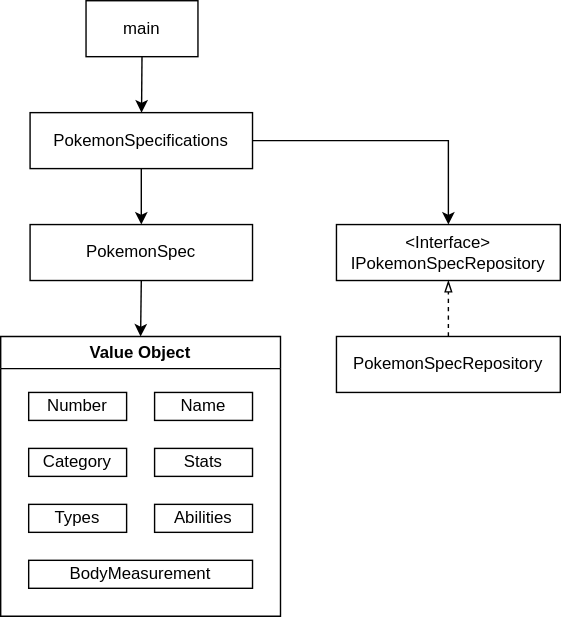
Above: image/class.svg in yr260625/pokemon-scraping (draw.io), before the change. Source tidied: cells renumbered, new cells last; positions are measured from the earlier drawing's top-left corner, leaving out a move shared by most shapes.
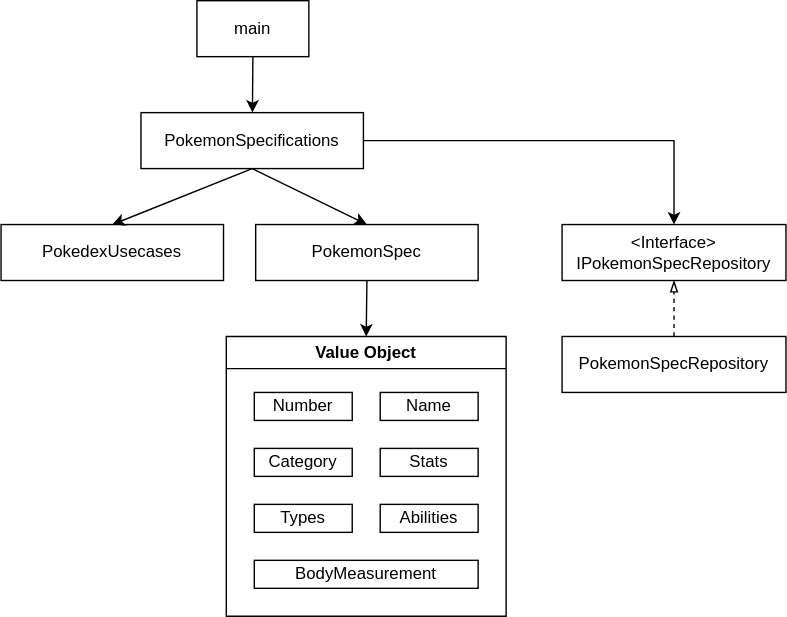
The same diagram one commit later.

Diff of the diagram source:
```diff
@@ -6,7 +6,7 @@
       <mxGeometry relative="1" as="geometry" />
     </mxCell>
     <mxCell id="3" value="main" style="rounded=0;whiteSpace=wrap;html=1;" parent="1" vertex="1">
-      <mxGeometry x="61" width="80" height="40" as="geometry" />
+      <mxGeometry x="-21" width="80" height="40" as="geometry" />
     </mxCell>
     <mxCell id="4" value="&amp;lt;Interface&amp;gt;&lt;br&gt;IPokemonSpecRepository" style="rounded=0;whiteSpace=wrap;html=1;" parent="1" vertex="1">
       <mxGeometry x="240" y="160" width="160" height="40" as="geometry" />
@@ -22,7 +22,7 @@
       </mxGeometry>
     </mxCell>
     <mxCell id="7" value="PokemonSpecifications" style="rounded=0;whiteSpace=wrap;html=1;" parent="1" vertex="1">
-      <mxGeometry x="21" y="80" width="159" height="40" as="geometry" />
+      <mxGeometry x="-61" y="80" width="159" height="40" as="geometry" />
     </mxCell>
     <mxCell id="8" style="edgeStyle=none;rounded=0;html=1;exitX=0.5;exitY=1;exitDx=0;exitDy=0;entryX=0.5;entryY=0;entryDx=0;entryDy=0;endArrow=classic;endFill=1;" parent="1" edge="1" source="9" target="12">
       <mxGeometry relative="1" as="geometry" />
@@ -60,5 +60,11 @@
     <mxCell id="19" value="Abilities" style="rounded=0;whiteSpace=wrap;html=1;" parent="12" vertex="1">
       <mxGeometry x="110" y="120" width="70" height="20" as="geometry" />
     </mxCell>
+    <mxCell id="20" value="PokedexUsecases" style="rounded=0;whiteSpace=wrap;html=1;" parent="1" vertex="1">
+      <mxGeometry x="-161" y="160" width="159" height="40" as="geometry" />
+    </mxCell>
+    <mxCell id="21" style="edgeStyle=none;html=1;exitX=0.5;exitY=1;exitDx=0;exitDy=0;entryX=0.5;entryY=0;entryDx=0;entryDy=0;endArrow=classic;endFill=1;" parent="1" edge="1" source="7" target="20">
+      <mxGeometry relative="1" as="geometry" />
+    </mxCell>
   </root>
 </mxGraphModel>
```
